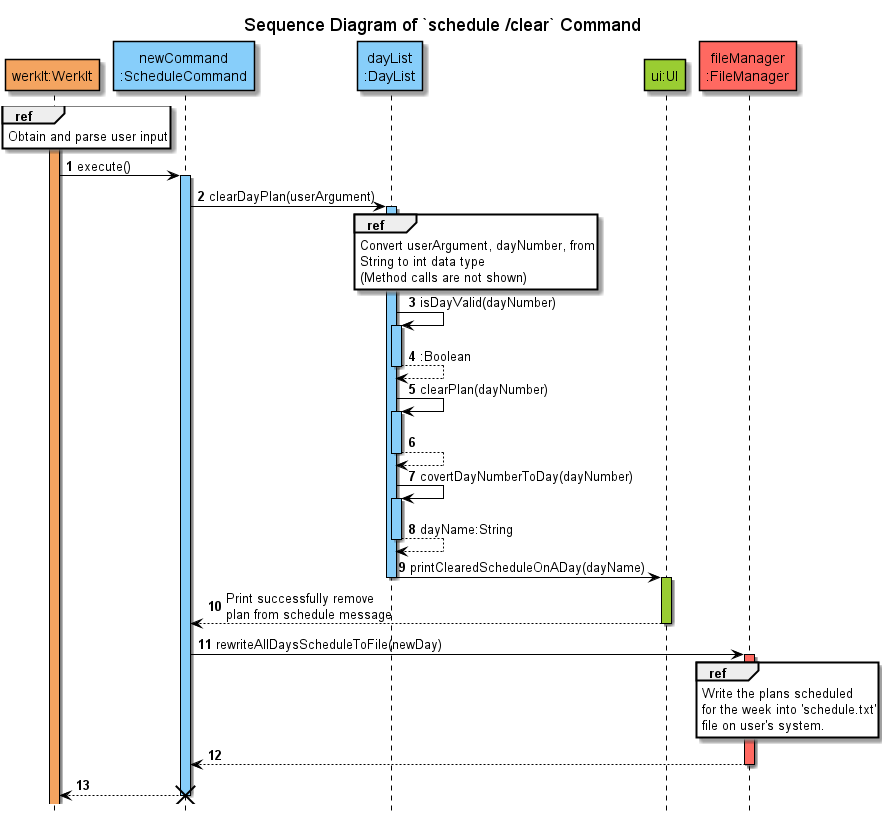
Above: docs/uml/sequenceDiagrams/schedule/images/clearSchedule.png in nus-cs2113-AY2122S2/tp (PlantUML), before the change.
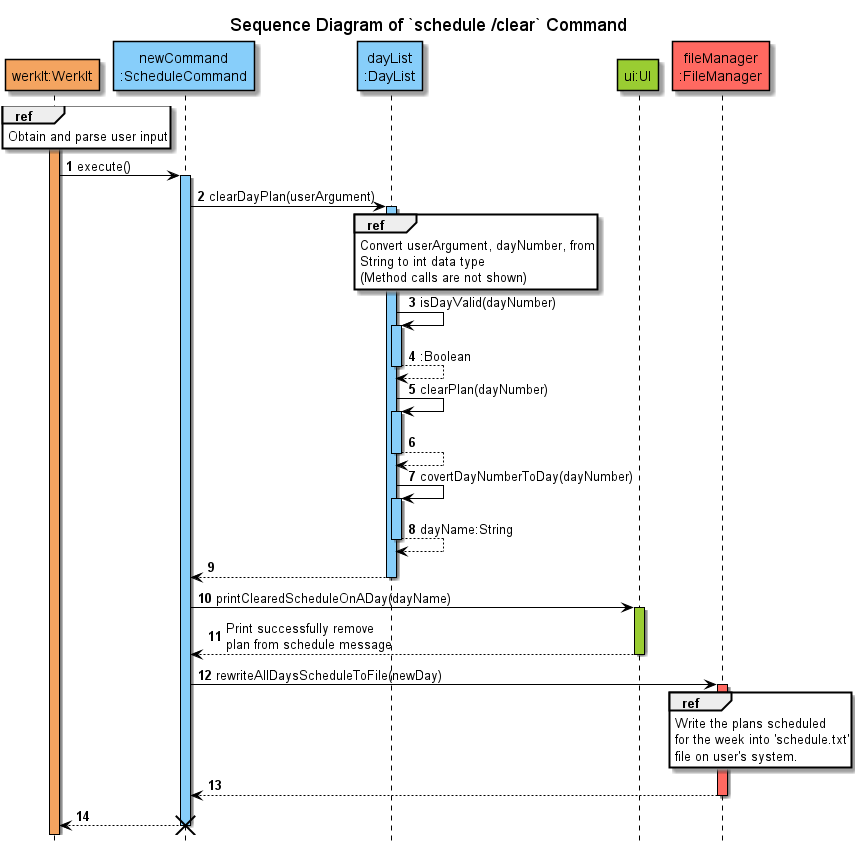
The same diagram one commit later.

Commit message:
modify sequence diagram

Change to the diagram source:
```diff
@@ -38,8 +38,9 @@
 DayList -> DayList : covertDayNumberToDay(dayNumber)
 activate DayList COLOR_LOGIC
 return dayName:String
-DayList -> UI : printClearedScheduleOnADay(dayName)
+return
 deactivate DayList
+newCommand -> UI : printClearedScheduleOnADay(dayName)
 activate UI COLOR_UI
 UI--> newCommand: Print successfully remove \nplan from schedule message
 deactivate UI
@@ -54,6 +55,6 @@
 end
 newCommand <-- FileManager
 deactivate FileManager
-return
+newCommand --> WerkIt
 destroy newCommand
 @enduml
```
